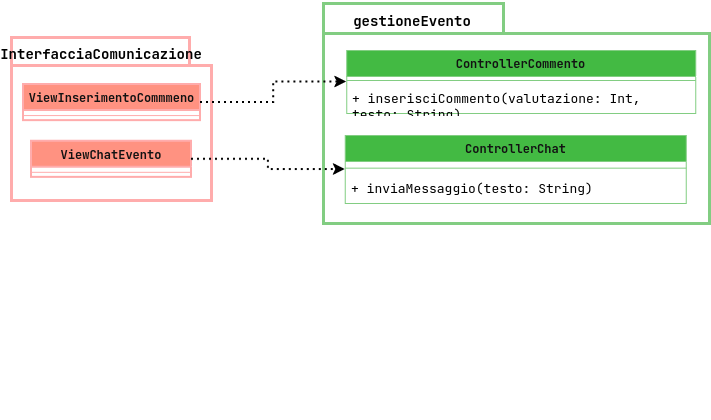
Above: latex/images/diagramma-dei-package-comunicazione.png in federicoporpora/studyLink (draw.io), before the change. Source tidied: cells renumbered, new cells last; positions are measured from the earlier drawing's top-left corner, leaving out a move shared by most shapes.
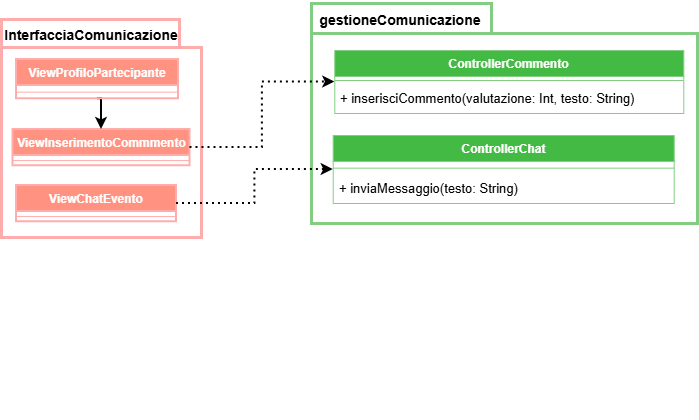
The same file after the commit.

The edit, as a diff of the source:
```diff
@@ -3,36 +3,45 @@
     <mxCell id="0" />
     <mxCell id="1" parent="0" />
     <mxCell id="2" style="group;" parent="1" vertex="1">
-      <mxGeometry y="37" width="200" height="227" as="geometry" />
+      <mxGeometry x="2" y="19" width="200" height="227" as="geometry" />
     </mxCell>
-    <mxCell id="3" style="shape=folder;fontStyle=1;spacingTop=10;tabWidth=178;tabHeight=28;tabPosition=left;html=1;whiteSpace=wrap;fillColor=light-dark(#E51400,#FFFFFF);fontColor=#ffffff;strokeColor=#B20000;strokeWidth=3;" parent="2" vertex="1">
-      <mxGeometry width="200" height="163" as="geometry" />
+    <mxCell id="3" style="shape=folder;fontStyle=1;spacingTop=10;tabWidth=178;tabHeight=28;tabPosition=left;html=1;whiteSpace=wrap;fillColor=light-dark(#FFFFFF,#E51400);fontColor=#ffffff;strokeColor=light-dark(#FFACAC,#B20000);strokeWidth=3;" parent="2" vertex="1">
+      <mxGeometry width="200" height="218" as="geometry" />
     </mxCell>
     <mxCell id="4" value="InterfacciaComunicazione" style="text;html=1;whiteSpace=wrap;strokeColor=none;fillColor=none;align=center;verticalAlign=middle;rounded=0;fontColor=light-dark(#000000,#000000);fontStyle=1;fontSize=14;" parent="2" vertex="1">
       <mxGeometry x="5" y="-3" width="170" height="38" as="geometry" />
     </mxCell>
-    <mxCell id="5" value="ViewChatEvento" style="swimlane;fontStyle=1;align=center;verticalAlign=top;horizontal=1;startSize=26;whiteSpace=wrap;html=1;fillColor=#e51400;strokeColor=#B20000;fontColor=#ffffff;strokeWidth=2;" parent="2" vertex="1">
-      <mxGeometry x="20" y="103.7" width="160" height="36.1" as="geometry" />
+    <mxCell id="5" value="ViewChatEvento" style="swimlane;fontStyle=1;align=center;verticalAlign=top;horizontal=1;startSize=26;whiteSpace=wrap;html=1;fillColor=light-dark(#FF9281,#E51400);strokeColor=light-dark(#FFACAC,#B20000);fontColor=#ffffff;strokeWidth=2;" parent="2" vertex="1">
+      <mxGeometry x="15" y="166" width="160" height="36.1" as="geometry" />
     </mxCell>
     <mxCell id="6" style="line;strokeWidth=1;fillColor=none;align=left;verticalAlign=middle;spacingTop=-1;spacingLeft=3;spacingRight=3;labelPosition=right;strokeColor=inherit;" parent="5" vertex="1">
       <mxGeometry y="26" width="160" height="10.1" as="geometry" />
     </mxCell>
-    <mxCell id="7" value="ViewInserimentoCommmeno" style="swimlane;fontStyle=1;align=center;verticalAlign=top;horizontal=1;startSize=26;whiteSpace=wrap;html=1;fillColor=#e51400;strokeColor=#B20000;fontColor=#ffffff;strokeWidth=2;" parent="2" vertex="1">
-      <mxGeometry x="12" y="47" width="177" height="36.1" as="geometry" />
+    <mxCell id="7" value="ViewInserimentoCommmento" style="swimlane;fontStyle=1;align=center;verticalAlign=top;horizontal=1;startSize=26;whiteSpace=wrap;html=1;fillColor=light-dark(#FF9281,#E51400);strokeColor=light-dark(#FFACAC,#B20000);fontColor=#ffffff;strokeWidth=2;" parent="2" vertex="1">
+      <mxGeometry x="11.5" y="110" width="177" height="36.1" as="geometry" />
     </mxCell>
     <mxCell id="8" style="line;strokeWidth=1;fillColor=none;align=left;verticalAlign=middle;spacingTop=-1;spacingLeft=3;spacingRight=3;labelPosition=right;strokeColor=inherit;" parent="7" vertex="1">
       <mxGeometry y="26" width="177" height="10.1" as="geometry" />
     </mxCell>
+    <mxCell id="20" style="edgeStyle=orthogonalEdgeStyle;rounded=0;jettySize=auto;html=1;exitX=0.5;exitY=1;exitDx=0;exitDy=0;entryX=0.5;entryY=0;entryDx=0;entryDy=0;strokeColor=light-dark(#000000,#000000);strokeWidth=2;" parent="2" edge="1" source="21" target="7">
+      <mxGeometry relative="1" as="geometry" />
+    </mxCell>
+    <mxCell id="21" value="ViewProfiloPartecipante" style="swimlane;fontStyle=1;align=center;verticalAlign=top;horizontal=1;startSize=26;whiteSpace=wrap;html=1;fillColor=light-dark(#FF9281,#E51400);strokeColor=light-dark(#FFACAC,#B20000);fontColor=#ffffff;strokeWidth=2;" parent="2" vertex="1">
+      <mxGeometry x="15" y="40" width="162" height="39.3" as="geometry" />
+    </mxCell>
+    <mxCell id="22" style="line;strokeWidth=1;fillColor=none;align=left;verticalAlign=middle;spacingTop=-1;spacingLeft=3;spacingRight=3;labelPosition=right;strokeColor=inherit;" parent="21" vertex="1">
+      <mxGeometry y="26" width="162" height="13.3" as="geometry" />
+    </mxCell>
     <mxCell id="9" style="group;" parent="1" vertex="1">
       <mxGeometry x="312" y="37" width="386" height="383" as="geometry" />
     </mxCell>
-    <mxCell id="10" style="shape=folder;fontStyle=1;spacingTop=10;tabWidth=180;tabHeight=30;tabPosition=left;html=1;whiteSpace=wrap;fillColor=light-dark(#008A00,#FFFFFF);fontColor=#ffffff;strokeColor=#005700;strokeWidth=3;" parent="9" vertex="1">
+    <mxCell id="10" style="shape=folder;fontStyle=1;spacingTop=10;tabWidth=180;tabHeight=30;tabPosition=left;html=1;whiteSpace=wrap;fillColor=light-dark(#FFFFFF,#008A00);fontColor=#ffffff;strokeColor=light-dark(#82CD82,#005700);strokeWidth=3;" parent="9" vertex="1">
       <mxGeometry y="-34" width="386" height="220" as="geometry" />
     </mxCell>
-    <mxCell id="11" value="gestioneEvento" style="text;html=1;whiteSpace=wrap;strokeColor=none;fillColor=none;align=center;verticalAlign=middle;rounded=0;fontColor=light-dark(#000000,#000000);fontStyle=1;fontSize=14;" parent="9" vertex="1">
+    <mxCell id="11" value="gestioneComunicazione" style="text;html=1;whiteSpace=wrap;strokeColor=none;fillColor=none;align=center;verticalAlign=middle;rounded=0;fontColor=light-dark(#000000,#000000);fontStyle=1;fontSize=14;" parent="9" vertex="1">
       <mxGeometry x="7" y="-37" width="164.5" height="40.7" as="geometry" />
     </mxCell>
-    <mxCell id="12" value="ControllerChat" style="swimlane;fontStyle=1;align=center;verticalAlign=top;horizontal=1;startSize=26;whiteSpace=wrap;html=1;fillColor=#008a00;fontColor=#ffffff;strokeColor=#005700;" parent="9" vertex="1">
+    <mxCell id="12" value="ControllerChat" style="swimlane;fontStyle=1;align=center;verticalAlign=top;horizontal=1;startSize=26;whiteSpace=wrap;html=1;fillColor=light-dark(#43BA43,#008A00);fontColor=#ffffff;strokeColor=light-dark(#82CD82,#005700);" parent="9" vertex="1">
       <mxGeometry x="21.7" y="98" width="341" height="68" as="geometry" />
     </mxCell>
     <mxCell id="13" style="line;strokeWidth=1;fillColor=none;align=left;verticalAlign=middle;spacingTop=-1;spacingLeft=3;spacingRight=3;labelPosition=right;strokeColor=inherit;" parent="12" vertex="1">
@@ -41,7 +50,7 @@
     <mxCell id="14" value="+ inviaMessaggio(testo: String)" style="text;strokeColor=none;fillColor=none;align=left;verticalAlign=top;spacingLeft=4;spacingRight=4;overflow=hidden;whiteSpace=wrap;html=1;fontColor=light-dark(#000000,#000000);fontStyle=0;fontSize=13;" parent="12" vertex="1">
       <mxGeometry y="39.3" width="341" height="28.7" as="geometry" />
     </mxCell>
-    <mxCell id="15" value="ControllerCommento" style="swimlane;fontStyle=1;align=center;verticalAlign=top;horizontal=1;startSize=26;whiteSpace=wrap;html=1;fillColor=#008a00;fontColor=#ffffff;strokeColor=#005700;" parent="9" vertex="1">
+    <mxCell id="15" value="ControllerCommento" style="swimlane;fontStyle=1;align=center;verticalAlign=top;horizontal=1;startSize=26;whiteSpace=wrap;html=1;fillColor=light-dark(#43BA43,#008A00);fontColor=#ffffff;strokeColor=light-dark(#82CD82,#005700);" parent="9" vertex="1">
       <mxGeometry x="23.3" y="13" width="349" height="63" as="geometry" />
     </mxCell>
     <mxCell id="16" style="line;strokeWidth=1;fillColor=none;align=left;verticalAlign=middle;spacingTop=-1;spacingLeft=3;spacingRight=3;labelPosition=right;strokeColor=inherit;" parent="15" vertex="1">
```
